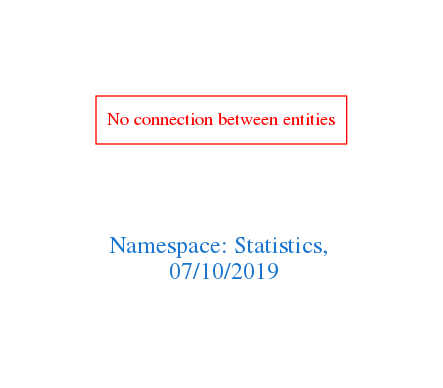
Earlier version of the Graphviz export downloads/Statistics.png (arago/OGIT). Its source is kept beside it as downloads/Statistics.dot.
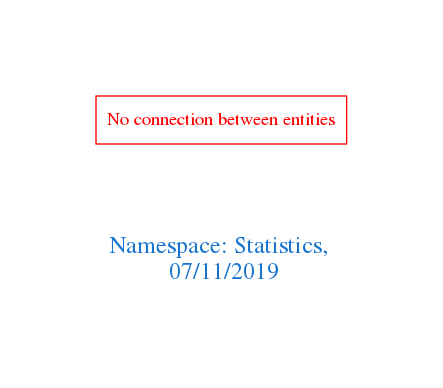
The same file after the commit.

Change to the diagram source:
```diff
@@ -1,7 +1,7 @@
 digraph OGIT_ontology {
  graph [ rankdir= LR,pad=1
 fontsize = 18,
-fontcolor= dodgerblue3,label = "\n\n\nNamespace: Statistics, \n 07/10/2019"];
+fontcolor= dodgerblue3,label = "\n\n\nNamespace: Statistics, \n 07/11/2019"];
 node[shape=polygon];
 edge [  color="gray81"];
 
```
